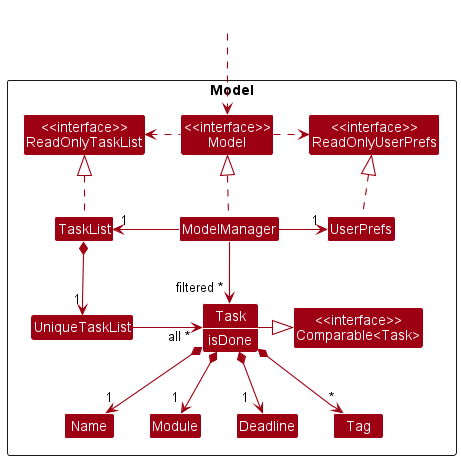
Earlier version of the PlantUML export docs/images/ModelClassDiagram.png (nus-cs2103-AY2223S1/tp).
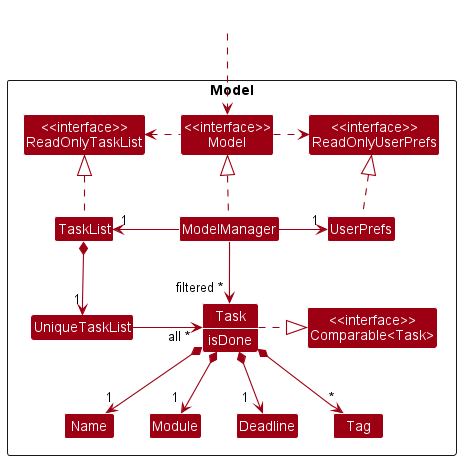
The same file after the commit.

Commit message:
Correct mistake in Model diagram

The edit, as a diff of the source:
```diff
@@ -44,7 +44,7 @@
 
 UniqueTaskList -r-> "all ~* " Task : \t
 
-Task -|> Comparable
+Task ..right|> Comparable : "   "
 
 Task *--> "1" Name
 Task *--> "1 " Module
```
